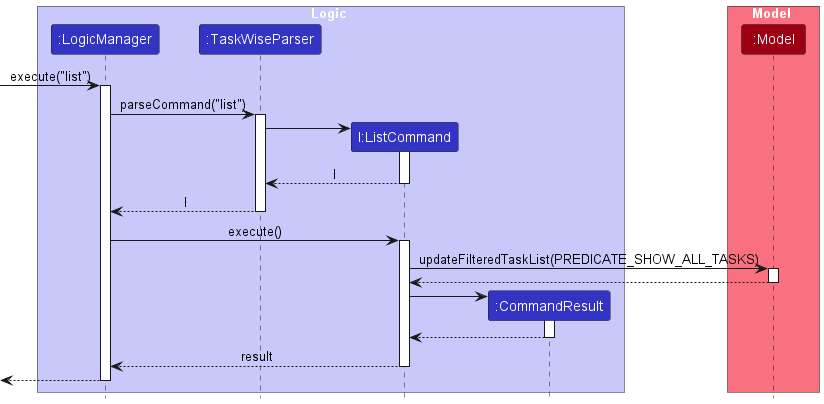
Above: docs/images/ListSequenceDiagram.png in seantehds/tp (PlantUML), before the change.
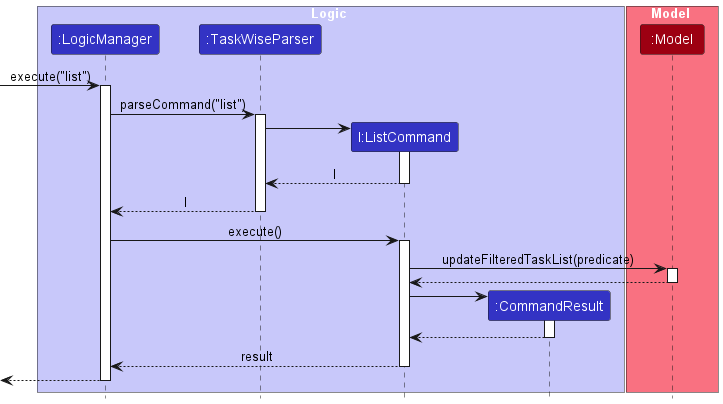
After the commit.

Commit message:
Update List sequence diagram

What changed in the source:
```diff
@@ -32,7 +32,7 @@
 LogicManager -> ListCommand : execute()
 activate ListCommand
 
-ListCommand -> Model : updateFilteredTaskList(PREDICATE_SHOW_ALL_TASKS)
+ListCommand -> Model : updateFilteredTaskList(predicate)
 activate Model
 
 Model --> ListCommand
```
